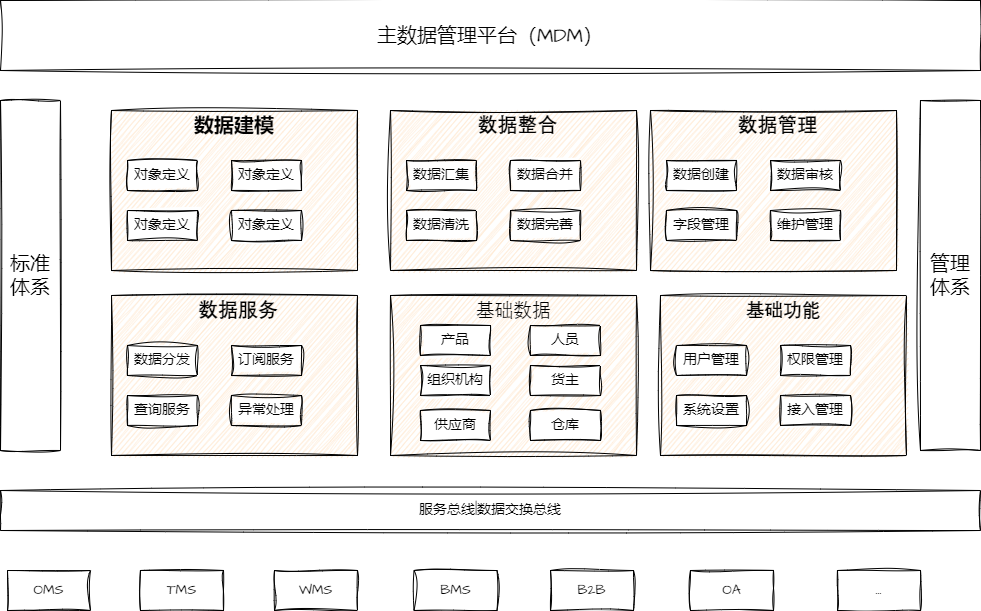
Before: me/主数据功能架构.png, a diagram exported from draw.io (wwupower/daily-drawio). Source tidied: cells renumbered, new cells last; positions are measured from the earlier drawing's top-left corner, leaving out a move shared by most shapes.
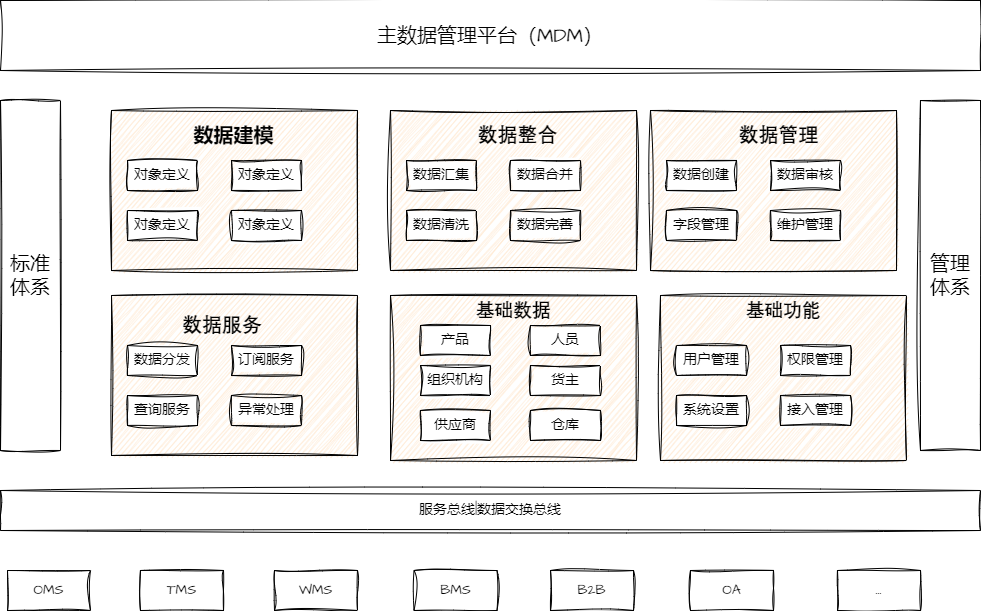
Later version of the same file.

Commit message:
更新主数据功能架构.png

The edit, as a diff of the source:
```diff
@@ -14,9 +14,6 @@
     <mxCell id="5" style="rounded=0;whiteSpace=wrap;html=1;hachureGap=4;jiggle=2;fontFamily=Architects Daughter;fontSource=https%3A%2F%2Ffonts.googleapis.com%2Fcss%3Ffamily%3DArchitects%2BDaughter;fontSize=20;fillStyle=auto;fillColor=#FFE6CC;sketch=1;" parent="1" vertex="1">
       <mxGeometry x="111" y="110" width="246" height="160" as="geometry" />
     </mxCell>
-    <mxCell id="6" value="数据建模" style="text;html=1;strokeColor=none;fillColor=none;align=center;verticalAlign=middle;whiteSpace=wrap;rounded=0;hachureGap=4;jiggle=2;fontFamily=Architects Daughter;fontSource=https%3A%2F%2Ffonts.googleapis.com%2Fcss%3Ffamily%3DArchitects%2BDaughter;fontSize=20;sketch=1;fontStyle=1;" parent="1" vertex="1">
-      <mxGeometry x="186" y="110" width="96" height="30" as="geometry" />
-    </mxCell>
     <mxCell id="7" value="对象定义" style="rounded=0;whiteSpace=wrap;html=1;hachureGap=4;jiggle=2;fontFamily=Architects Daughter;fontSource=https%3A%2F%2Ffonts.googleapis.com%2Fcss%3Ffamily%3DArchitects%2BDaughter;fontSize=14;sketch=1;" parent="1" vertex="1">
       <mxGeometry x="127" y="160" width="70" height="30" as="geometry" />
     </mxCell>
@@ -33,7 +30,7 @@
       <mxGeometry x="390" y="110" width="246" height="160" as="geometry" />
     </mxCell>
     <mxCell id="12" value="&lt;p&gt;&lt;span style=&quot;font-family: 等线;&quot;&gt;&lt;font style=&quot;font-size: 20px;&quot;&gt;数据整合&lt;/font&gt;&lt;/span&gt;&lt;/p&gt;" style="text;html=1;strokeColor=none;fillColor=none;align=center;verticalAlign=middle;whiteSpace=wrap;rounded=0;hachureGap=4;jiggle=2;fontFamily=Architects Daughter;fontSource=https%3A%2F%2Ffonts.googleapis.com%2Fcss%3Ffamily%3DArchitects%2BDaughter;fontSize=20;sketch=1;fontStyle=1;" parent="1" vertex="1">
-      <mxGeometry x="465" y="110" width="105" height="30" as="geometry" />
+      <mxGeometry x="465" y="120" width="105" height="30" as="geometry" />
     </mxCell>
     <mxCell id="13" value="&lt;p style=&quot;margin-top: 0pt; margin-bottom: 0pt; margin-left: 0in; direction: ltr; unicode-bidi: embed; word-break: normal;&quot;&gt;&lt;span style=&quot;font-size:12.0pt;&lt;br/&gt;font-family:等线;mso-ascii-font-family:等线;mso-fareast-font-family:等线;mso-bidi-font-family:&lt;br/&gt;+mn-cs;mso-ascii-theme-font:minor-latin;mso-fareast-theme-font:minor-fareast;&lt;br/&gt;mso-bidi-theme-font:minor-bidi;color:white;mso-color-index:14;mso-font-kerning:&lt;br/&gt;12.0pt;language:zh-CN;mso-style-textfill-type:solid;mso-style-textfill-fill-themecolor:&lt;br/&gt;light1;mso-style-textfill-fill-color:white;mso-style-textfill-fill-alpha:100.0%&quot;&gt;数据汇集&lt;/span&gt;&lt;/p&gt;" style="rounded=0;whiteSpace=wrap;html=1;hachureGap=4;jiggle=2;fontFamily=Architects Daughter;fontSource=https%3A%2F%2Ffonts.googleapis.com%2Fcss%3Ffamily%3DArchitects%2BDaughter;fontSize=14;sketch=1;" parent="1" vertex="1">
       <mxGeometry x="406" y="160" width="70" height="30" as="geometry" />
@@ -51,7 +48,7 @@
       <mxGeometry x="650" y="110" width="246" height="160" as="geometry" />
     </mxCell>
     <mxCell id="18" value="&lt;span style=&quot;font-size: 20px; font-family: 等线;&quot;&gt;数据管理&lt;/span&gt;" style="text;html=1;strokeColor=none;fillColor=none;align=center;verticalAlign=middle;whiteSpace=wrap;rounded=0;hachureGap=4;jiggle=2;fontFamily=Architects Daughter;fontSource=https%3A%2F%2Ffonts.googleapis.com%2Fcss%3Ffamily%3DArchitects%2BDaughter;fontSize=20;sketch=1;fontStyle=1;" parent="1" vertex="1">
-      <mxGeometry x="725" y="110" width="105" height="30" as="geometry" />
+      <mxGeometry x="726" y="120" width="105" height="30" as="geometry" />
     </mxCell>
     <mxCell id="19" value="&lt;p style=&quot;margin-top: 0pt; margin-bottom: 0pt; margin-left: 0in; direction: ltr; unicode-bidi: embed; word-break: normal;&quot;&gt;&lt;span style=&quot;font-size:12.0pt;&lt;br/&gt;font-family:等线;mso-ascii-font-family:等线;mso-fareast-font-family:等线;mso-bidi-font-family:&lt;br/&gt;+mn-cs;mso-ascii-theme-font:minor-latin;mso-fareast-theme-font:minor-fareast;&lt;br/&gt;mso-bidi-theme-font:minor-bidi;color:white;mso-color-index:14;mso-font-kerning:&lt;br/&gt;12.0pt;language:zh-CN;mso-style-textfill-type:solid;mso-style-textfill-fill-themecolor:&lt;br/&gt;light1;mso-style-textfill-fill-color:white;mso-style-textfill-fill-alpha:100.0%&quot;&gt;数据创建&lt;/span&gt;&lt;/p&gt;" style="rounded=0;whiteSpace=wrap;html=1;hachureGap=4;jiggle=2;fontFamily=Architects Daughter;fontSource=https%3A%2F%2Ffonts.googleapis.com%2Fcss%3Ffamily%3DArchitects%2BDaughter;fontSize=14;sketch=1;" parent="1" vertex="1">
       <mxGeometry x="666" y="160" width="70" height="30" as="geometry" />
@@ -69,7 +66,7 @@
       <mxGeometry x="111" y="295" width="246" height="160" as="geometry" />
     </mxCell>
     <mxCell id="24" value="&lt;p style=&quot;margin-top: 0pt; margin-bottom: 0pt; margin-left: 0in; direction: ltr; unicode-bidi: embed; font-size: 20px;&quot;&gt;&lt;span style=&quot;font-size: 20px; font-family: 等线;&quot;&gt;数据服务&lt;/span&gt;&lt;/p&gt;" style="text;html=1;strokeColor=none;fillColor=none;align=center;verticalAlign=middle;whiteSpace=wrap;rounded=0;hachureGap=4;jiggle=2;fontFamily=Architects Daughter;fontSource=https%3A%2F%2Ffonts.googleapis.com%2Fcss%3Ffamily%3DArchitects%2BDaughter;fontSize=20;sketch=1;fontStyle=1;" parent="1" vertex="1">
-      <mxGeometry x="186" y="295" width="104" height="30" as="geometry" />
+      <mxGeometry x="170" y="310" width="104" height="30" as="geometry" />
     </mxCell>
     <mxCell id="25" value="&lt;p style=&quot;margin-top: 0pt; margin-bottom: 0pt; margin-left: 0in; direction: ltr; unicode-bidi: embed; word-break: normal;&quot;&gt;&lt;span style=&quot;font-size:12.0pt;&lt;br/&gt;font-family:等线;mso-ascii-font-family:等线;mso-fareast-font-family:等线;mso-bidi-font-family:&lt;br/&gt;+mn-cs;mso-ascii-theme-font:minor-latin;mso-fareast-theme-font:minor-fareast;&lt;br/&gt;mso-bidi-theme-font:minor-bidi;color:white;mso-color-index:14;mso-font-kerning:&lt;br/&gt;12.0pt;language:zh-CN;mso-style-textfill-type:solid;mso-style-textfill-fill-themecolor:&lt;br/&gt;light1;mso-style-textfill-fill-color:white;mso-style-textfill-fill-alpha:100.0%&quot;&gt;数据分发&lt;/span&gt;&lt;/p&gt;" style="rounded=0;whiteSpace=wrap;html=1;hachureGap=4;jiggle=2;fontFamily=Architects Daughter;fontSource=https%3A%2F%2Ffonts.googleapis.com%2Fcss%3Ffamily%3DArchitects%2BDaughter;fontSize=14;sketch=1;" parent="1" vertex="1">
       <mxGeometry x="127" y="345" width="70" height="30" as="geometry" />
@@ -84,9 +81,9 @@
       <mxGeometry x="231" y="395" width="70" height="30" as="geometry" />
     </mxCell>
     <mxCell id="29" style="rounded=0;whiteSpace=wrap;html=1;hachureGap=4;jiggle=2;fontFamily=Architects Daughter;fontSource=https%3A%2F%2Ffonts.googleapis.com%2Fcss%3Ffamily%3DArchitects%2BDaughter;fontSize=20;sketch=1;fillColor=#FFE6CC;" parent="1" vertex="1">
-      <mxGeometry x="390" y="295" width="246" height="160" as="geometry" />
+      <mxGeometry x="390" y="295" width="246" height="165" as="geometry" />
     </mxCell>
-    <mxCell id="30" value="&lt;p style=&quot;language:zh-CN;margin-top:0pt;margin-bottom:0pt;margin-left:0in;&lt;br/&gt;text-align:left;direction:ltr;unicode-bidi:embed;mso-line-break-override:none;&lt;br/&gt;word-break:normal;punctuation-wrap:hanging&quot;&gt;&lt;span style=&quot;font-size: 14pt; font-family: 等线;&quot;&gt;基础数据&lt;/span&gt;&lt;/p&gt;" style="text;html=1;strokeColor=none;fillColor=none;align=center;verticalAlign=middle;whiteSpace=wrap;rounded=0;hachureGap=4;jiggle=2;fontFamily=Architects Daughter;fontSource=https%3A%2F%2Ffonts.googleapis.com%2Fcss%3Ffamily%3DArchitects%2BDaughter;fontSize=20;sketch=1;fontStyle=0;" parent="1" vertex="1">
+    <mxCell id="30" value="&lt;p style=&quot;language:zh-CN;margin-top:0pt;margin-bottom:0pt;margin-left:0in;&lt;br/&gt;text-align:left;direction:ltr;unicode-bidi:embed;mso-line-break-override:none;&lt;br/&gt;word-break:normal;punctuation-wrap:hanging&quot;&gt;&lt;span style=&quot;font-size: 14pt; font-family: 等线;&quot;&gt;基础数据&lt;/span&gt;&lt;/p&gt;" style="text;html=1;strokeColor=none;fillColor=none;align=center;verticalAlign=middle;whiteSpace=wrap;rounded=0;hachureGap=4;jiggle=2;fontFamily=Architects Daughter;fontSource=https%3A%2F%2Ffonts.googleapis.com%2Fcss%3Ffamily%3DArchitects%2BDaughter;fontSize=20;sketch=1;fontStyle=1;" parent="1" vertex="1">
       <mxGeometry x="465" y="295" width="96" height="30" as="geometry" />
     </mxCell>
     <mxCell id="31" value="&lt;span style=&quot;font-size:12.0pt;font-family:等线;mso-ascii-font-family:&lt;br/&gt;等线;mso-fareast-font-family:等线;mso-bidi-font-family:+mn-cs;mso-ascii-theme-font:&lt;br/&gt;minor-latin;mso-fareast-theme-font:minor-fareast;mso-bidi-theme-font:minor-bidi;&lt;br/&gt;color:white;mso-color-index:14;mso-font-kerning:12.0pt;language:zh-CN;&lt;br/&gt;mso-style-textfill-type:solid;mso-style-textfill-fill-themecolor:light1;&lt;br/&gt;mso-style-textfill-fill-color:white;mso-style-textfill-fill-alpha:100.0%&quot;&gt;产品&lt;/span&gt;" style="rounded=0;whiteSpace=wrap;html=1;hachureGap=4;jiggle=2;fontFamily=Architects Daughter;fontSource=https%3A%2F%2Ffonts.googleapis.com%2Fcss%3Ffamily%3DArchitects%2BDaughter;fontSize=14;sketch=1;" parent="1" vertex="1">
@@ -102,7 +99,7 @@
       <mxGeometry x="530" y="365" width="70" height="30" as="geometry" />
     </mxCell>
     <mxCell id="35" style="rounded=0;whiteSpace=wrap;html=1;hachureGap=4;jiggle=2;fontFamily=Architects Daughter;fontSource=https%3A%2F%2Ffonts.googleapis.com%2Fcss%3Ffamily%3DArchitects%2BDaughter;fontSize=20;sketch=1;fillColor=#FFE6CC;" parent="1" vertex="1">
-      <mxGeometry x="660" y="295" width="246" height="160" as="geometry" />
+      <mxGeometry x="660" y="295" width="246" height="165" as="geometry" />
     </mxCell>
     <mxCell id="36" value="&lt;p style=&quot;language:zh-CN;margin-top:0pt;margin-bottom:0pt;margin-left:0in;&lt;br/&gt;text-align:left;direction:ltr;unicode-bidi:embed;mso-line-break-override:none;&lt;br/&gt;word-break:normal;punctuation-wrap:hanging&quot;&gt;&lt;span style=&quot;font-size: 14pt; font-family: 等线;&quot;&gt;基础功能&lt;/span&gt;&lt;/p&gt;" style="text;html=1;strokeColor=none;fillColor=none;align=center;verticalAlign=middle;whiteSpace=wrap;rounded=0;hachureGap=4;jiggle=2;fontFamily=Architects Daughter;fontSource=https%3A%2F%2Ffonts.googleapis.com%2Fcss%3Ffamily%3DArchitects%2BDaughter;fontSize=20;sketch=1;fontStyle=1;" parent="1" vertex="1">
       <mxGeometry x="735" y="295" width="96" height="30" as="geometry" />
@@ -149,5 +146,8 @@
     <mxCell id="50" value="..." style="rounded=0;whiteSpace=wrap;html=1;hachureGap=4;jiggle=2;fontFamily=Architects Daughter;fontSource=https%3A%2F%2Ffonts.googleapis.com%2Fcss%3Ffamily%3DArchitects%2BDaughter;fontSize=14;sketch=1;" parent="1" vertex="1">
       <mxGeometry x="837" y="570" width="83" height="40" as="geometry" />
     </mxCell>
+    <mxCell id="6" value="数据建模" style="text;html=1;strokeColor=none;fillColor=none;align=center;verticalAlign=middle;whiteSpace=wrap;rounded=0;sketch=1;hachureGap=4;jiggle=2;fontFamily=Architects Daughter;fontSource=https%3A%2F%2Ffonts.googleapis.com%2Fcss%3Ffamily%3DArchitects%2BDaughter;fontSize=20;fontStyle=1;" parent="1" vertex="1">
+      <mxGeometry x="182" y="120" width="103" height="30" as="geometry" />
+    </mxCell>
   </root>
 </mxGraphModel>
```
